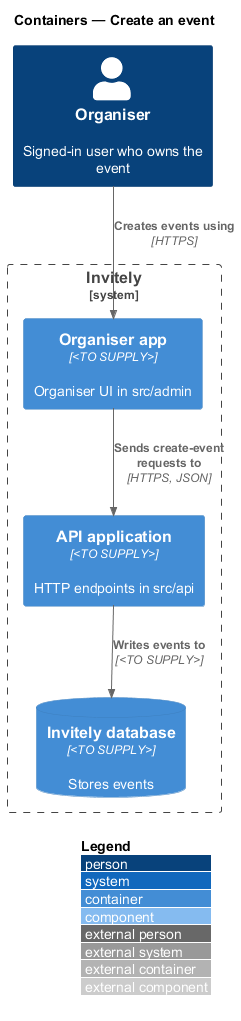
Earlier version of the PlantUML export docs/detailed-designs/events/create-event/diagrams/c4-container.png (QuinntyneBrown/rsvp-cms). The source it was exported from:
```plantuml
@startuml
!include <C4/C4_Component>
LAYOUT_WITH_LEGEND()
title Containers — Create an event

Person(organiser, "Organiser", "Signed-in user who owns the event")
System_Boundary(invitely, "Invitely") {
  Container(admin, "Organiser app", "<TO SUPPLY>", "Organiser UI in src/admin")
  Container(api, "API application", "<TO SUPPLY>", "HTTP endpoints in src/api")
  ContainerDb(db, "Invitely database", "<TO SUPPLY>", "Stores events")
}

Rel(organiser, admin, "Creates events using", "HTTPS")
Rel(admin, api, "Sends create-event requests to", "HTTPS, JSON")
Rel(api, db, "Writes events to", "<TO SUPPLY>")
@enduml
```
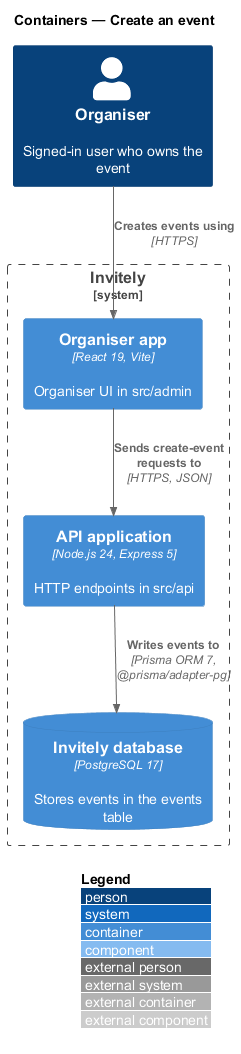
Later version of the same file.

The edit, as a diff of the source:
```diff
@@ -5,12 +5,12 @@
 
 Person(organiser, "Organiser", "Signed-in user who owns the event")
 System_Boundary(invitely, "Invitely") {
-  Container(admin, "Organiser app", "<TO SUPPLY>", "Organiser UI in src/admin")
-  Container(api, "API application", "<TO SUPPLY>", "HTTP endpoints in src/api")
-  ContainerDb(db, "Invitely database", "<TO SUPPLY>", "Stores events")
+  Container(admin, "Organiser app", "React 19, Vite", "Organiser UI in src/admin")
+  Container(api, "API application", "Node.js 24, Express 5", "HTTP endpoints in src/api")
+  ContainerDb(db, "Invitely database", "PostgreSQL 17", "Stores events in the events table")
 }
 
 Rel(organiser, admin, "Creates events using", "HTTPS")
 Rel(admin, api, "Sends create-event requests to", "HTTPS, JSON")
-Rel(api, db, "Writes events to", "<TO SUPPLY>")
+Rel(api, db, "Writes events to", "Prisma ORM 7, @prisma/adapter-pg")
 @enduml
```
